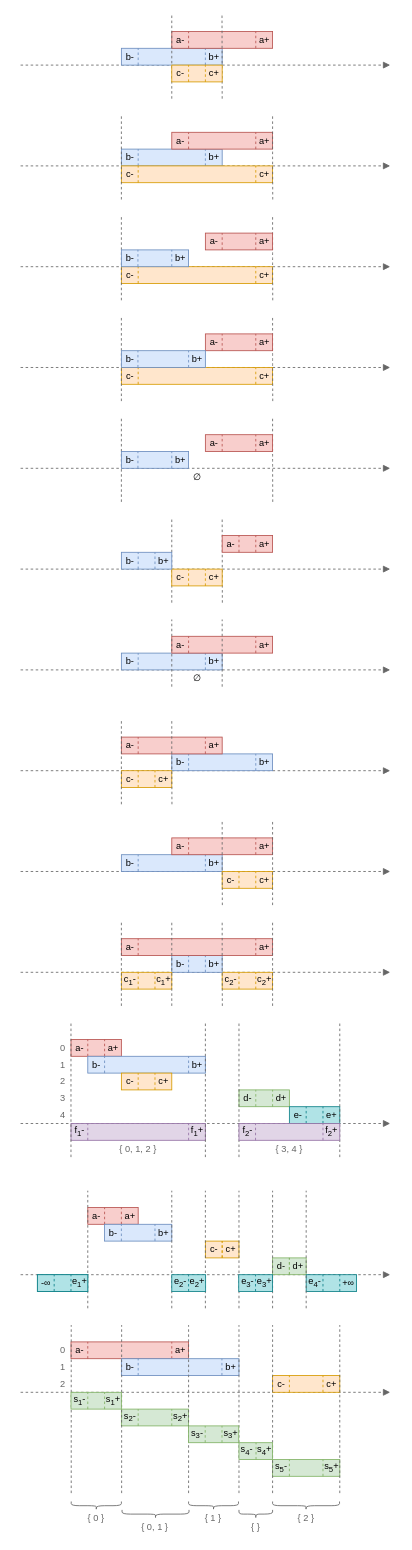
Earlier version of the draw.io diagram page "Algorithms" (5 of 7) of res/resources.drawio (gchudnov/mindthegap). Source tidied: cells renumbered, new cells numbered last; positions are measured from the earlier drawing's top-left corner, leaving out a move shared by most shapes. Both pictures are drawn from the tidied source at 84%, with x=0, y=0 at pixel (20, 14).
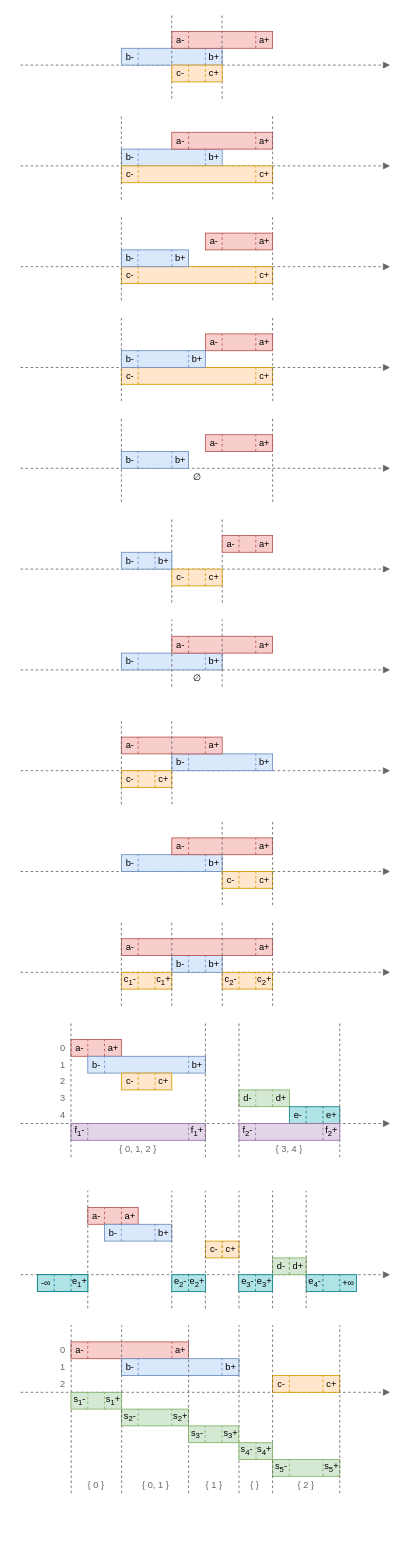
The same diagram, later.

Commit message (it also covers changes not shown here):
upd split image

Change to the diagram source:
```diff
@@
-    <mxCell id="345" style="shape=curlyBracket;whiteSpace=wrap;html=1;rounded=1;flipH=1;labelPosition=right;verticalLabelPosition=middle;align=left;verticalAlign=middle;fillStyle=solid;strokeColor=#666666;fontSize=8;fillColor=none;direction=north;flipV=0;" parent="1" vertex="1">
-      <mxGeometry x="60.3" y="1770" width="59.7" height="10" as="geometry" />
-    </mxCell>
-    <mxCell id="346" style="shape=curlyBracket;whiteSpace=wrap;html=1;rounded=1;flipH=1;labelPosition=right;verticalLabelPosition=middle;align=left;verticalAlign=middle;fillStyle=solid;strokeColor=#666666;fontSize=8;fillColor=none;direction=north;flipV=0;" parent="1" vertex="1">
-      <mxGeometry x="120.8" y="1780" width="79.7" height="10" as="geometry" />
-    </mxCell>
-    <mxCell id="347" style="shape=curlyBracket;whiteSpace=wrap;html=1;rounded=1;flipH=1;labelPosition=right;verticalLabelPosition=middle;align=left;verticalAlign=middle;fillStyle=solid;strokeColor=#666666;fontSize=8;fillColor=none;direction=north;flipV=0;" parent="1" vertex="1">
-      <mxGeometry x="200" y="1770" width="59.4" height="10" as="geometry" />
-    </mxCell>
-    <mxCell id="348" style="shape=curlyBracket;whiteSpace=wrap;html=1;rounded=1;flipH=1;labelPosition=right;verticalLabelPosition=middle;align=left;verticalAlign=middle;fillStyle=solid;strokeColor=#666666;fontSize=8;fillColor=none;direction=north;flipV=0;" parent="1" vertex="1">
-      <mxGeometry x="260" y="1780" width="40" height="10" as="geometry" />
-    </mxCell>
-    <mxCell id="349" style="shape=curlyBracket;whiteSpace=wrap;html=1;rounded=1;flipH=1;labelPosition=right;verticalLabelPosition=middle;align=left;verticalAlign=middle;fillStyle=solid;strokeColor=#666666;fontSize=8;fillColor=none;direction=north;flipV=0;" parent="1" vertex="1">
-      <mxGeometry x="300" y="1770" width="79.7" height="10" as="geometry" />
-    </mxCell>
     <mxCell id="350" value="{ 0&amp;nbsp;}" style="text;html=1;strokeColor=none;fillColor=none;align=center;verticalAlign=middle;whiteSpace=wrap;rounded=0;fontColor=#666666;fontSize=11;" parent="1" vertex="1">
-      <mxGeometry x="60" y="1780" width="60" height="20" as="geometry" />
+      <mxGeometry x="60" y="1740" width="60" height="20" as="geometry" />
     </mxCell>
     <mxCell id="351" value="{ 0, 1 }" style="text;html=1;strokeColor=none;fillColor=none;align=center;verticalAlign=middle;whiteSpace=wrap;rounded=0;fontColor=#666666;fontSize=11;" parent="1" vertex="1">
-      <mxGeometry x="120" y="1790" width="80" height="20" as="geometry" />
+      <mxGeometry x="120.8" y="1740" width="80" height="20" as="geometry" />
     </mxCell>
     <mxCell id="352" value="{ 1 }" style="text;html=1;strokeColor=none;fillColor=none;align=center;verticalAlign=middle;whiteSpace=wrap;rounded=0;fontColor=#666666;fontSize=11;" parent="1" vertex="1">
-      <mxGeometry x="200" y="1780" width="59.4" height="20" as="geometry" />
+      <mxGeometry x="200.6" y="1740" width="59.4" height="20" as="geometry" />
     </mxCell>
     <mxCell id="353" value="{ }" style="text;html=1;strokeColor=none;fillColor=none;align=center;verticalAlign=middle;whiteSpace=wrap;rounded=0;fontColor=#666666;fontSize=11;" parent="1" vertex="1">
-      <mxGeometry x="260" y="1790" width="40" height="20" as="geometry" />
+      <mxGeometry x="259.4" y="1740" width="40" height="20" as="geometry" />
     </mxCell>
     <mxCell id="354" value="{ 2 }" style="text;html=1;strokeColor=none;fillColor=none;align=center;verticalAlign=middle;whiteSpace=wrap;rounded=0;fontColor=#666666;fontSize=11;" parent="1" vertex="1">
-      <mxGeometry x="299.7" y="1780" width="80" height="20" as="geometry" />
+      <mxGeometry x="299.7" y="1740" width="80" height="20" as="geometry" />
     </mxCell>
```
